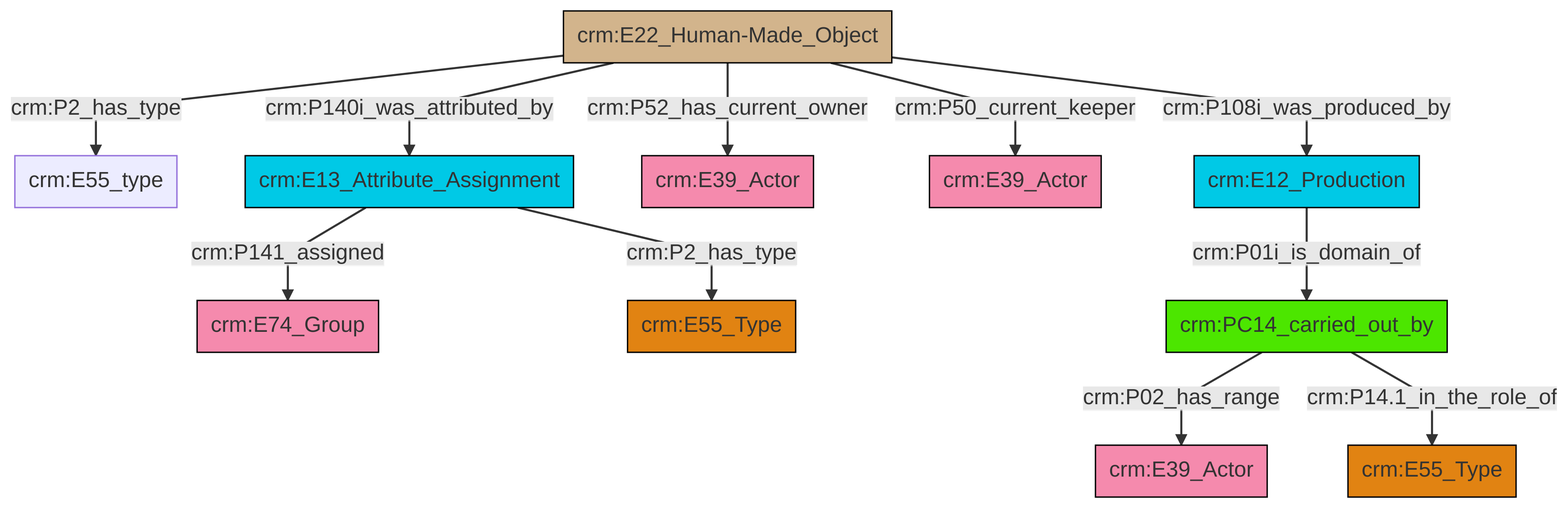
This is et/artworkCSV/ttl/mmd/png/Artwork_Actor_Relations.png from swiss-art-research-net/reference-data-models, a Mermaid export, as it was before one commit. Its source is kept beside it as et/artworkCSV/ttl/mmd/Artwork_Actor_Relations.ttl.mmd.
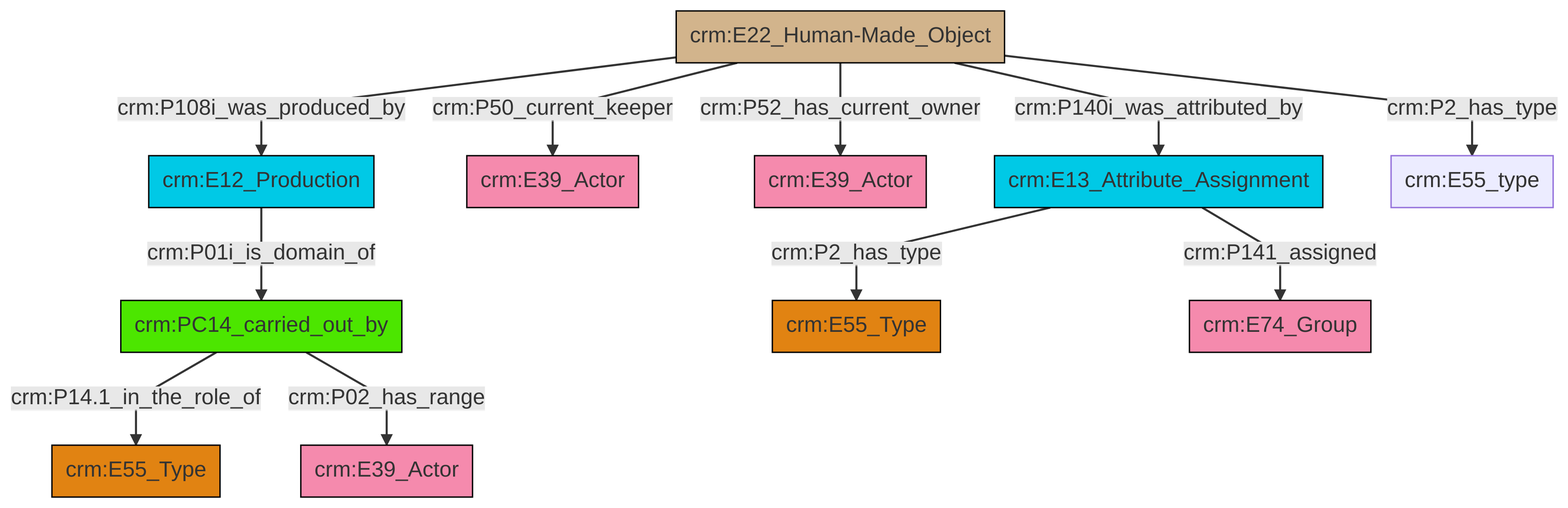
Above is the later version.

What changed in the source:
```diff
@@ -13,13 +13,13 @@
 classDef PC_Classes fill:#4ce600, stroke:#000000;
 classDef Multi fill:#cccccc,stroke:#000000;
 
-0["crm:E22_Human-Made_Object"]:::Physical_Thing -->|crm:P2_has_type| 1["crm:E55_type"]:::Default
-5["crm:E13_Attribute_Assignment"]:::Temporal_Entity -->|crm:P141_assigned| 6["crm:E74_Group"]:::Actor
-10["crm:PC14_carried_out_by"]:::PC_Classes -->|crm:P02_has_range| 14["crm:E39_Actor"]:::Actor
-16["crm:E12_Production"]:::Temporal_Entity -->|crm:P01i_is_domain_of| 10["crm:PC14_carried_out_by"]:::PC_Classes
-5["crm:E13_Attribute_Assignment"]:::Temporal_Entity -->|crm:P2_has_type| 18["crm:E55_Type"]:::Type
-0["crm:E22_Human-Made_Object"]:::Physical_Thing -->|crm:P140i_was_attributed_by| 5["crm:E13_Attribute_Assignment"]:::Temporal_Entity
-0["crm:E22_Human-Made_Object"]:::Physical_Thing -->|crm:P52_has_current_owner| 7["crm:E39_Actor"]:::Actor
-0["crm:E22_Human-Made_Object"]:::Physical_Thing -->|crm:P50_current_keeper| 12["crm:E39_Actor"]:::Actor
-0["crm:E22_Human-Made_Object"]:::Physical_Thing -->|crm:P108i_was_produced_by| 16["crm:E12_Production"]:::Temporal_Entity
-10["crm:PC14_carried_out_by"]:::PC_Classes -->|crm:P14.1_in_the_role_of| 3["crm:E55_Type"]:::Type
+6["crm:E22_Human-Made_Object"]:::Physical_Thing -->|crm:P50_current_keeper| 7["crm:E39_Actor"]:::Actor
+6["crm:E22_Human-Made_Object"]:::Physical_Thing -->|crm:P52_has_current_owner| 8["crm:E39_Actor"]:::Actor
+6["crm:E22_Human-Made_Object"]:::Physical_Thing -->|crm:P108i_was_produced_by| 9["crm:E12_Production"]:::Temporal_Entity
+9["crm:E12_Production"]:::Temporal_Entity -->|crm:P01i_is_domain_of| 10["crm:PC14_carried_out_by"]:::PC_Classes
+10["crm:PC14_carried_out_by"]:::PC_Classes -->|crm:P14.1_in_the_role_of| 4["crm:E55_Type"]:::Type
+2["crm:E13_Attribute_Assignment"]:::Temporal_Entity -->|crm:P2_has_type| 11["crm:E55_Type"]:::Type
+6["crm:E22_Human-Made_Object"]:::Physical_Thing -->|crm:P140i_was_attributed_by| 2["crm:E13_Attribute_Assignment"]:::Temporal_Entity
+6["crm:E22_Human-Made_Object"]:::Physical_Thing -->|crm:P2_has_type| 15["crm:E55_type"]:::Default
+10["crm:PC14_carried_out_by"]:::PC_Classes -->|crm:P02_has_range| 0["crm:E39_Actor"]:::Actor
+2["crm:E13_Attribute_Assignment"]:::Temporal_Entity -->|crm:P141_assigned| 19["crm:E74_Group"]:::Actor
```
